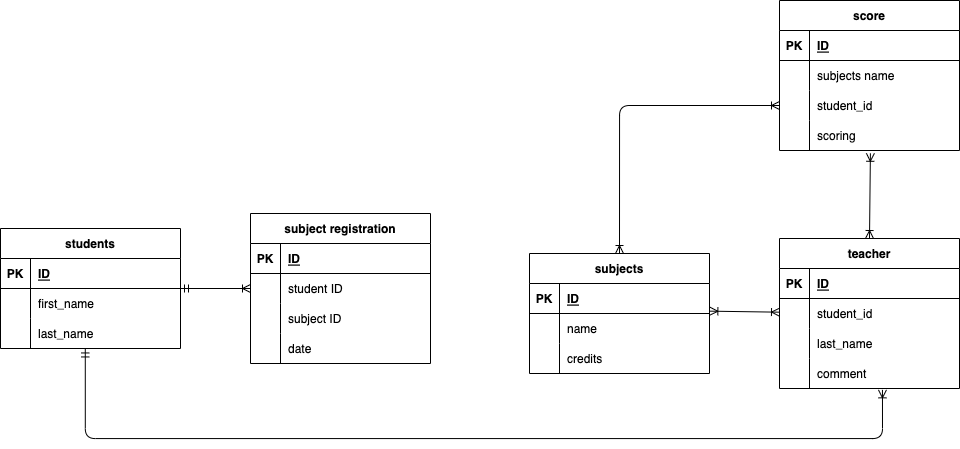
Before: index.drawio.png, a diagram exported from draw.io (seki221/DB-design). Source tidied: cells renumbered, new cells last; positions are measured from the earlier drawing's top-left corner, leaving out a move shared by most shapes.
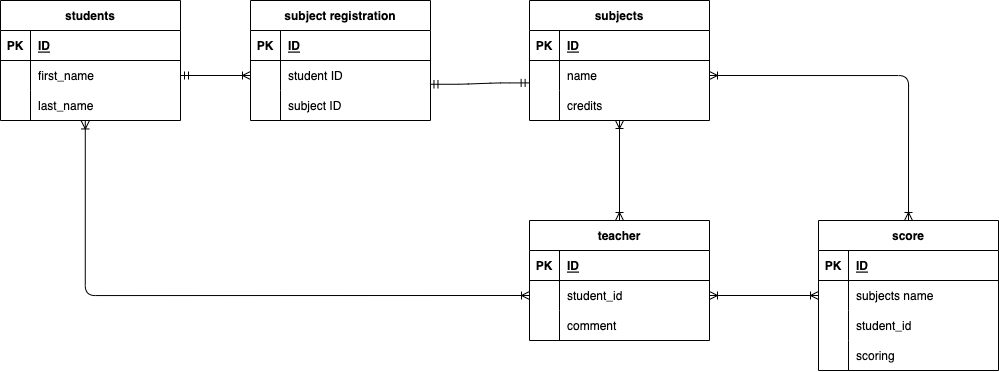
The same diagram one commit later.

What changed in the source:
```diff
@@ -2,8 +2,10 @@
   <root>
     <mxCell id="0" />
     <mxCell id="1" parent="0" />
-    <mxCell id="2" style="rounded=1;html=1;startArrow=ERoneToMany;startFill=0;endArrow=ERoneToMany;endFill=0;exitX=1.002;exitY=0.922;exitDx=0;exitDy=0;exitPerimeter=0;" parent="1" edge="1" source="42" target="13">
-      <mxGeometry relative="1" as="geometry" />
+    <mxCell id="2" style="rounded=1;html=1;startArrow=ERoneToMany;startFill=0;endArrow=ERoneToMany;endFill=0;" parent="1" edge="1" target="13">
+      <mxGeometry relative="1" as="geometry">
+        <mxPoint x="619" y="348" as="sourcePoint" />
+      </mxGeometry>
     </mxCell>
     <mxCell id="3" value="students" style="shape=table;startSize=30;rowLines=0;fontStyle=1;align=center;shadow=0;" parent="1" vertex="1">
       <mxGeometry y="228" width="180" height="120" as="geometry" />
@@ -36,7 +38,7 @@
       <mxGeometry x="30" width="150" height="30" as="geometry" />
     </mxCell>
     <mxCell id="13" value="teacher" style="shape=table;startSize=30;rowLines=0;fontStyle=1;align=center;shadow=0;" parent="1" vertex="1">
-      <mxGeometry x="779" y="238" width="180" height="150" as="geometry" />
+      <mxGeometry x="529" y="448" width="180" height="120" as="geometry" />
     </mxCell>
     <mxCell id="14" style="shape=tableRow;horizontal=0;startSize=0;swimlaneHead=0;swimlaneBody=0;fillColor=none;top=0;left=0;right=0;bottom=1;shadow=0;" parent="13" vertex="1">
       <mxGeometry y="30" width="180" height="30" as="geometry" />
@@ -62,23 +64,14 @@
     <mxCell id="21" style="shape=partialRectangle;fillColor=none;top=0;left=0;bottom=0;right=0;overflow=hidden;shadow=0;" parent="20" vertex="1">
       <mxGeometry width="30" height="30" as="geometry" />
     </mxCell>
-    <mxCell id="22" value="last_name" style="shape=partialRectangle;fillColor=none;top=0;left=0;bottom=0;right=0;align=left;spacingLeft=6;overflow=hidden;shadow=0;" parent="20" vertex="1">
+    <mxCell id="22" value="comment" style="shape=partialRectangle;fillColor=none;top=0;left=0;bottom=0;right=0;align=left;spacingLeft=6;overflow=hidden;shadow=0;" parent="20" vertex="1">
       <mxGeometry x="30" width="150" height="30" as="geometry" />
     </mxCell>
-    <mxCell id="23" style="shape=tableRow;horizontal=0;startSize=0;swimlaneHead=0;swimlaneBody=0;fillColor=none;points=[[0,0.5],[1,0.5]];portConstraint=eastwest;top=0;left=0;right=0;bottom=0;shadow=0;" parent="13" vertex="1">
-      <mxGeometry y="120" width="180" height="30" as="geometry" />
-    </mxCell>
-    <mxCell id="24" style="shape=partialRectangle;fillColor=none;top=0;left=0;bottom=0;right=0;overflow=hidden;shadow=0;" parent="23" vertex="1">
-      <mxGeometry width="30" height="30" as="geometry" />
-    </mxCell>
-    <mxCell id="25" value="comment" style="shape=partialRectangle;fillColor=none;top=0;left=0;bottom=0;right=0;align=left;spacingLeft=6;overflow=hidden;shadow=0;" parent="23" vertex="1">
-      <mxGeometry x="30" width="150" height="30" as="geometry" />
-    </mxCell>
-    <mxCell id="26" style="rounded=1;html=1;startArrow=ERoneToMany;startFill=0;endArrow=ERoneToMany;endFill=0;sourcePerimeterSpacing=0;exitX=0.5;exitY=0;exitDx=0;exitDy=0;entryX=0.505;entryY=1.093;entryDx=0;entryDy=0;entryPerimeter=0;" parent="1" edge="1" source="13" target="37">
+    <mxCell id="26" style="rounded=1;html=1;startArrow=ERoneToMany;startFill=0;endArrow=ERoneToMany;endFill=0;sourcePerimeterSpacing=0;exitX=1;exitY=0.5;exitDx=0;exitDy=0;entryX=0;entryY=0.5;entryDx=0;entryDy=0;" parent="1" edge="1" source="17" target="31">
       <mxGeometry relative="1" as="geometry" />
     </mxCell>
     <mxCell id="27" value="score" style="shape=table;startSize=30;rowLines=0;fontStyle=1;align=center;shadow=0;" parent="1" vertex="1">
-      <mxGeometry x="779" width="180" height="150" as="geometry" />
+      <mxGeometry x="818" y="448" width="180" height="150" as="geometry" />
     </mxCell>
     <mxCell id="28" style="shape=tableRow;horizontal=0;startSize=0;swimlaneHead=0;swimlaneBody=0;fillColor=none;top=0;left=0;right=0;bottom=1;shadow=0;" parent="27" vertex="1">
       <mxGeometry y="30" width="180" height="30" as="geometry" />
@@ -116,11 +109,11 @@
     <mxCell id="39" value="scoring" style="shape=partialRectangle;fillColor=none;top=0;left=0;bottom=0;right=0;align=left;spacingLeft=6;overflow=hidden;shadow=0;" parent="37" vertex="1">
       <mxGeometry x="30" width="150" height="30" as="geometry" />
     </mxCell>
-    <mxCell id="40" style="edgeStyle=orthogonalEdgeStyle;rounded=1;html=1;startArrow=ERmandOne;startFill=0;endArrow=ERoneToMany;endFill=0;sourcePerimeterSpacing=0;entryX=0;entryY=0.5;entryDx=0;entryDy=0;" parent="1" edge="1" source="3" target="57">
+    <mxCell id="40" style="edgeStyle=orthogonalEdgeStyle;rounded=1;html=1;startArrow=ERmandOne;startFill=0;endArrow=ERoneToMany;endFill=0;sourcePerimeterSpacing=0;entryX=0;entryY=0.5;entryDx=0;entryDy=0;exitX=1;exitY=0.5;exitDx=0;exitDy=0;" parent="1" edge="1" source="7" target="57">
       <mxGeometry relative="1" as="geometry" />
     </mxCell>
     <mxCell id="41" value="subjects" style="shape=table;startSize=30;rowLines=0;fontStyle=1;align=center;shadow=0;" parent="1" vertex="1">
-      <mxGeometry x="529" y="253" width="180" height="120" as="geometry" />
+      <mxGeometry x="529" y="228" width="180" height="120" as="geometry" />
     </mxCell>
     <mxCell id="42" style="shape=tableRow;horizontal=0;startSize=0;swimlaneHead=0;swimlaneBody=0;fillColor=none;points=[[0,0.5],[1,0.5]];portConstraint=eastwest;top=0;left=0;right=0;bottom=1;shadow=0;" parent="41" vertex="1">
       <mxGeometry y="30" width="180" height="30" as="geometry" />
@@ -149,19 +142,14 @@
     <mxCell id="50" value="credits" style="shape=partialRectangle;fillColor=none;top=0;left=0;bottom=0;right=0;align=left;spacingLeft=6;overflow=hidden;shadow=0;" parent="48" vertex="1">
       <mxGeometry x="30" width="150" height="30" as="geometry" />
     </mxCell>
-    <mxCell id="51" style="rounded=1;html=1;startArrow=ERoneToMany;startFill=0;endArrow=ERoneToMany;endFill=0;sourcePerimeterSpacing=0;exitX=0.5;exitY=0;exitDx=0;exitDy=0;entryX=0;entryY=0.5;entryDx=0;entryDy=0;edgeStyle=orthogonalEdgeStyle;" parent="1" edge="1" source="41" target="34">
+    <mxCell id="51" style="rounded=1;html=1;startArrow=ERoneToMany;startFill=0;endArrow=ERoneToMany;endFill=0;sourcePerimeterSpacing=0;exitX=1;exitY=0.5;exitDx=0;exitDy=0;entryX=0.5;entryY=0;entryDx=0;entryDy=0;edgeStyle=orthogonalEdgeStyle;" parent="1" edge="1" source="45" target="27">
       <mxGeometry relative="1" as="geometry" />
     </mxCell>
-    <mxCell id="52" style="rounded=1;html=1;startArrow=ERmandOne;startFill=0;endArrow=ERoneToMany;endFill=0;sourcePerimeterSpacing=0;entryX=0.572;entryY=1.045;entryDx=0;entryDy=0;entryPerimeter=0;exitX=0.471;exitY=1.015;exitDx=0;exitDy=0;exitPerimeter=0;edgeStyle=orthogonalEdgeStyle;" parent="1" edge="1" source="10" target="23">
-      <mxGeometry relative="1" as="geometry">
-        <Array as="points">
-          <mxPoint x="85" y="438" />
-          <mxPoint x="882" y="438" />
-        </Array>
-      </mxGeometry>
+    <mxCell id="52" style="rounded=1;html=1;startArrow=ERoneToMany;startFill=0;endArrow=ERoneToMany;endFill=0;sourcePerimeterSpacing=0;entryX=0;entryY=0.5;entryDx=0;entryDy=0;exitX=0.471;exitY=1.015;exitDx=0;exitDy=0;exitPerimeter=0;edgeStyle=orthogonalEdgeStyle;" parent="1" edge="1" source="10" target="17">
+      <mxGeometry relative="1" as="geometry" />
     </mxCell>
     <mxCell id="53" value="subject registration" style="shape=table;startSize=30;rowLines=0;fontStyle=1;align=center;shadow=0;" parent="1" vertex="1">
-      <mxGeometry x="250" y="213" width="180" height="150" as="geometry" />
+      <mxGeometry x="250" y="228" width="180" height="120" as="geometry" />
     </mxCell>
     <mxCell id="54" style="shape=tableRow;horizontal=0;startSize=0;swimlaneHead=0;swimlaneBody=0;fillColor=none;top=0;left=0;right=0;bottom=1;shadow=0;" parent="53" vertex="1">
       <mxGeometry y="30" width="180" height="30" as="geometry" />
@@ -190,14 +178,8 @@
     <mxCell id="62" value="subject ID" style="shape=partialRectangle;fillColor=none;top=0;left=0;bottom=0;right=0;align=left;spacingLeft=6;overflow=hidden;shadow=0;" parent="60" vertex="1">
       <mxGeometry x="30" width="150" height="30" as="geometry" />
     </mxCell>
-    <mxCell id="63" style="shape=tableRow;horizontal=0;startSize=0;swimlaneHead=0;swimlaneBody=0;fillColor=none;top=0;left=0;right=0;bottom=0;shadow=0;" parent="53" vertex="1">
-      <mxGeometry y="120" width="180" height="30" as="geometry" />
-    </mxCell>
-    <mxCell id="64" style="shape=partialRectangle;fillColor=none;top=0;left=0;bottom=0;right=0;overflow=hidden;shadow=0;" parent="63" vertex="1">
-      <mxGeometry width="30" height="30" as="geometry" />
-    </mxCell>
-    <mxCell id="65" value="date" style="shape=partialRectangle;fillColor=none;top=0;left=0;bottom=0;right=0;align=left;spacingLeft=6;overflow=hidden;shadow=0;" parent="63" vertex="1">
-      <mxGeometry x="30" width="150" height="30" as="geometry" />
-    </mxCell>
+    <mxCell id="66" style="edgeStyle=entityRelationEdgeStyle;fontSize=12;html=1;endArrow=ERmandOne;startArrow=ERmandOne;rounded=1;sourcePerimeterSpacing=0;entryX=0.997;entryY=0.792;entryDx=0;entryDy=0;exitX=-0.002;exitY=0.747;exitDx=0;exitDy=0;exitPerimeter=0;entryPerimeter=0;" parent="1" edge="1" source="45" target="57">
+      <mxGeometry relative="1" as="geometry" />
+    </mxCell>
   </root>
 </mxGraphModel>
```
